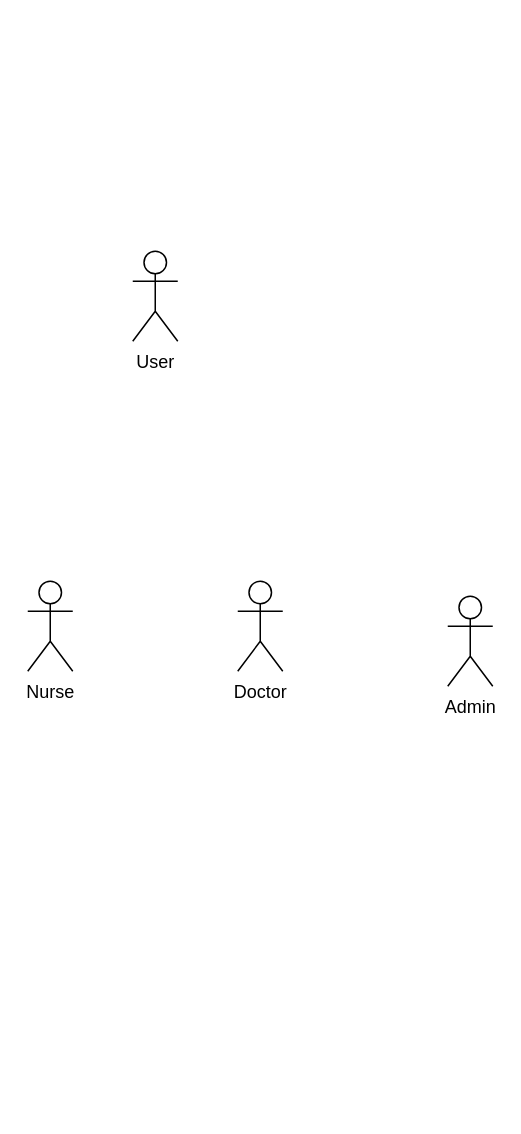
This is page "Page-1" (1 of 2) of Untitled Diagram.drawio from arseneRuben/CinsolManagement, a draw.io file, before an edit. Source tidied: cells renumbered, new cells numbered last; positions are measured from the earlier drawing's top-left corner, leaving out a move shared by most shapes. Both pictures are drawn from the tidied source at 150%, with x=0, y=0 at pixel (27, 250).
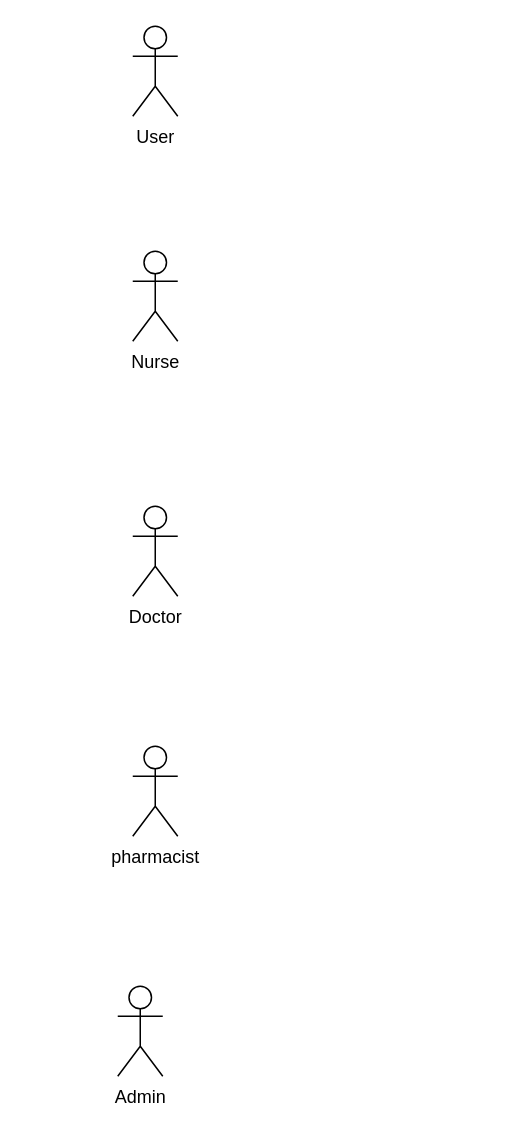
After the change.

Commit message:
Cas d'utilisation de base

Diff of the diagram source:
```diff
@@
 <mxGraphModel>
   <root>
     <mxCell id="0" />
     <mxCell id="1" parent="0" />
     <mxCell id="2" value="User&lt;br&gt;" style="shape=umlActor;verticalLabelPosition=bottom;verticalAlign=top;html=1;" parent="1" vertex="1">
-      <mxGeometry x="70" width="30" height="60" as="geometry" />
+      <mxGeometry x="70" y="-150" width="30" height="60" as="geometry" />
     </mxCell>
     <mxCell id="3" value="Nurse" style="shape=umlActor;verticalLabelPosition=bottom;verticalAlign=top;html=1;" parent="1" vertex="1">
-      <mxGeometry y="220" width="30" height="60" as="geometry" />
+      <mxGeometry x="70" width="30" height="60" as="geometry" />
     </mxCell>
     <mxCell id="4" value="Doctor" style="shape=umlActor;verticalLabelPosition=bottom;verticalAlign=top;html=1;" parent="1" vertex="1">
-      <mxGeometry x="140" y="220" width="30" height="60" as="geometry" />
+      <mxGeometry x="70" y="170" width="30" height="60" as="geometry" />
     </mxCell>
     <mxCell id="5" value="Admin" style="shape=umlActor;verticalLabelPosition=bottom;verticalAlign=top;html=1;" parent="1" vertex="1">
-      <mxGeometry x="280" y="230" width="30" height="60" as="geometry" />
+      <mxGeometry x="60" y="490" width="30" height="60" as="geometry" />
     </mxCell>
+    <mxCell id="6" value="pharmacist" style="shape=umlActor;verticalLabelPosition=bottom;verticalAlign=top;html=1;" parent="1" vertex="1">
+      <mxGeometry x="70" y="330" width="30" height="60" as="geometry" />
+    </mxCell>
   </root>
 </mxGraphModel>
```
